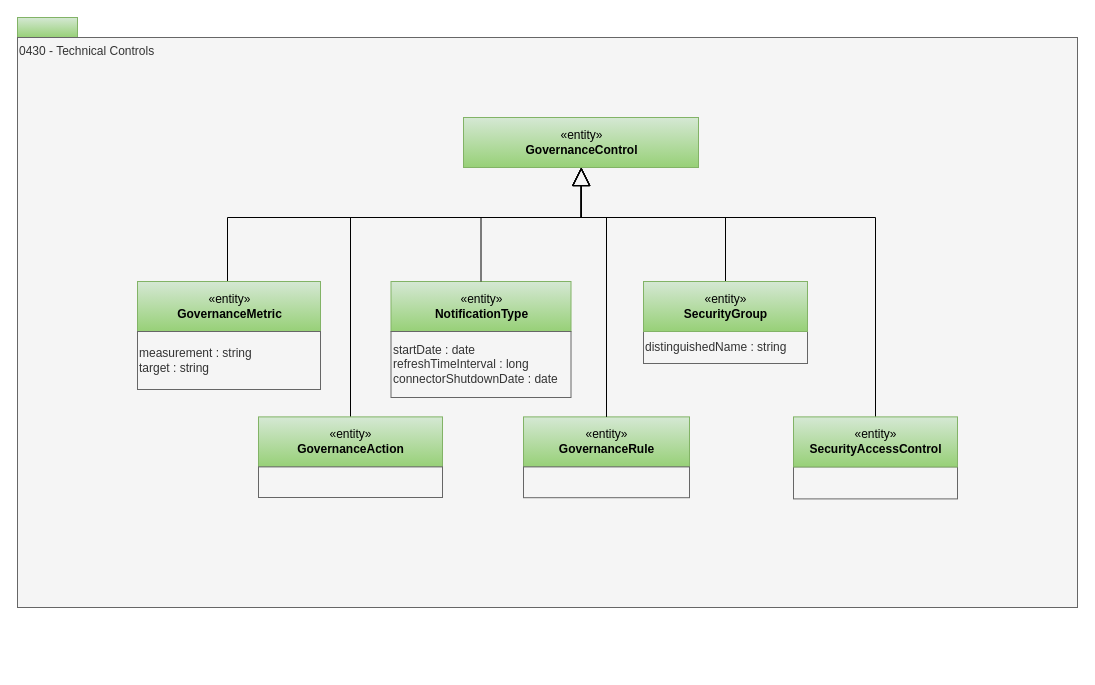
Before: page "0430-Technical-Controls" (11 of 30) of site/docs/types/4/area-4-governance.drawio in odpi/egeria-docs, a draw.io diagram. Source tidied: cells renumbered, new cells numbered last; positions are measured from the earlier drawing's top-left corner, leaving out a move shared by most shapes. Both pictures are drawn from the tidied source at 100%, with x=0, y=0 at pixel (17, 17).
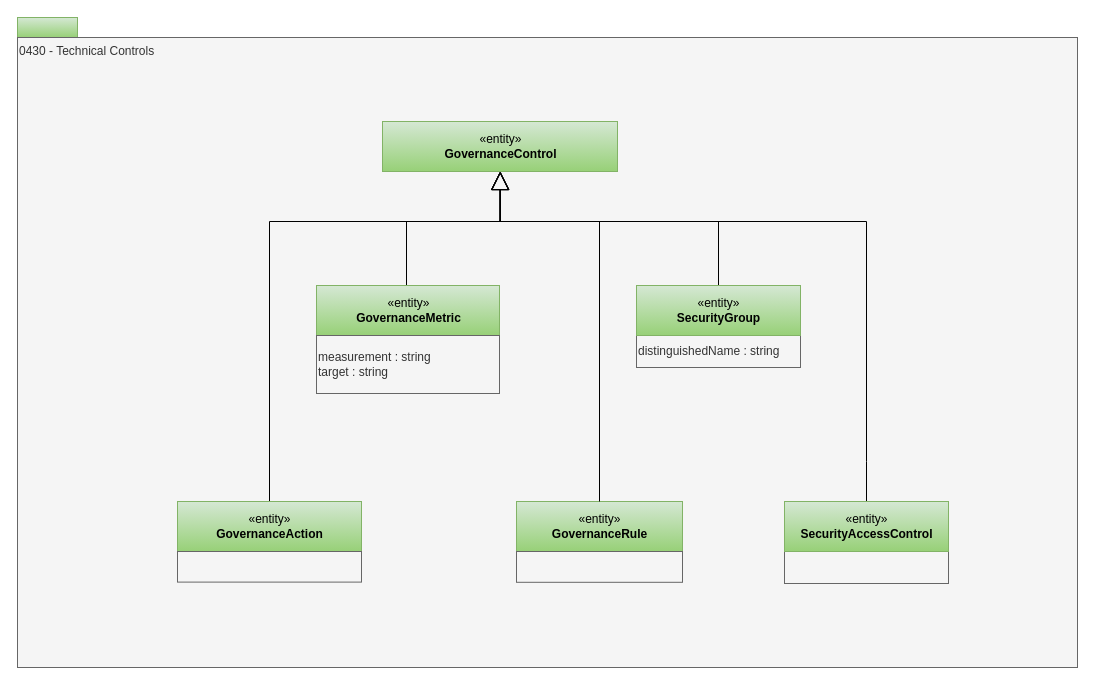
After the change.

Commit message (it also covers changes not shown here):
Updates to NotificationType and NotificationSuscriber types

The edit, as a diff of the source:
```diff
@@
     <mxCell id="3" value="0430 - Technical Controls" style="rounded=0;whiteSpace=wrap;html=1;align=left;verticalAlign=top;fillColor=#f5f5f5;fontColor=#333333;strokeColor=#666666;" parent="1" vertex="1">
-      <mxGeometry y="20" width="1060" height="570" as="geometry" />
+      <mxGeometry y="20" width="1060" height="630" as="geometry" />
     </mxCell>
     <mxCell id="4" value="«entity»&lt;br&gt;&lt;b&gt;GovernanceControl&lt;/b&gt;" style="html=1;strokeColor=#82b366;align=center;fillColor=#d5e8d4;gradientColor=#97d077;" parent="1" vertex="1">
-      <mxGeometry x="446" y="100" width="235" height="50" as="geometry" />
+      <mxGeometry x="365" y="104" width="235" height="50" as="geometry" />
     </mxCell>
     <mxCell id="5" style="edgeStyle=orthogonalEdgeStyle;rounded=0;jettySize=auto;html=1;exitX=0.5;exitY=0;exitDx=0;exitDy=0;entryX=0.5;entryY=1;entryDx=0;entryDy=0;endArrow=block;endFill=0;endSize=16;strokeWidth=1;" parent="1" edge="1" source="6" target="4">
       <mxGeometry relative="1" as="geometry">
         <Array as="points">
-          <mxPoint x="210" y="264" />
-          <mxPoint x="210" y="200" />
-          <mxPoint x="564" y="200" />
+          <mxPoint x="389" y="268" />
+          <mxPoint x="389" y="204" />
+          <mxPoint x="483" y="204" />
         </Array>
       </mxGeometry>
     </mxCell>
     <mxCell id="6" value="«entity»&lt;br&gt;&lt;b&gt;GovernanceMetric&lt;/b&gt;" style="html=1;strokeColor=#82b366;align=center;fillColor=#d5e8d4;gradientColor=#97d077;" parent="1" vertex="1">
-      <mxGeometry x="120" y="264" width="183" height="50" as="geometry" />
+      <mxGeometry x="299" y="268" width="183" height="50" as="geometry" />
     </mxCell>
     <mxCell id="7" style="edgeStyle=orthogonalEdgeStyle;rounded=0;jettySize=auto;html=1;exitX=0.5;exitY=0;exitDx=0;exitDy=0;endArrow=block;endFill=0;endSize=16;strokeWidth=1;" parent="1" edge="1" source="8" target="4">
       <mxGeometry relative="1" as="geometry">
         <Array as="points">
-          <mxPoint x="333" y="200" />
-          <mxPoint x="564" y="200" />
+          <mxPoint x="252" y="204" />
+          <mxPoint x="483" y="204" />
         </Array>
       </mxGeometry>
     </mxCell>
     <mxCell id="8" value="«entity»&lt;br&gt;&lt;b&gt;GovernanceAction&lt;/b&gt;" style="html=1;strokeColor=#82b366;align=center;fillColor=#d5e8d4;gradientColor=#97d077;" parent="1" vertex="1">
-      <mxGeometry x="241" y="399.4" width="184" height="50" as="geometry" />
+      <mxGeometry x="160" y="484" width="184" height="50" as="geometry" />
     </mxCell>
     <mxCell id="9" style="rounded=0;whiteSpace=wrap;html=1;strokeColor=#666666;align=left;fillColor=#f5f5f5;fontColor=#333333;" parent="1" vertex="1">
-      <mxGeometry x="241" y="449.4" width="184" height="30.6" as="geometry" />
+      <mxGeometry x="160" y="534" width="184" height="30.6" as="geometry" />
     </mxCell>
     <mxCell id="10" value="«entity»&lt;br&gt;&lt;b&gt;GovernanceRule&lt;/b&gt;" style="html=1;strokeColor=#82b366;align=center;fillColor=#d5e8d4;gradientColor=#97d077;" parent="1" vertex="1">
-      <mxGeometry x="506" y="399.4" width="166" height="50" as="geometry" />
+      <mxGeometry x="499" y="484" width="166" height="50" as="geometry" />
     </mxCell>
     <mxCell id="11" style="rounded=0;whiteSpace=wrap;html=1;strokeColor=#666666;align=left;fillColor=#f5f5f5;fontColor=#333333;" parent="1" vertex="1">
-      <mxGeometry x="506" y="449.4" width="166" height="30.8" as="geometry" />
+      <mxGeometry x="499" y="534" width="166" height="30.8" as="geometry" />
     </mxCell>
     <mxCell id="12" value="&lt;span&gt;measurement : string&lt;/span&gt;&lt;br&gt;&lt;span&gt;target : string&lt;/span&gt;&lt;span&gt;&lt;br&gt;&lt;/span&gt;" style="rounded=0;whiteSpace=wrap;html=1;strokeColor=#666666;align=left;fillColor=#f5f5f5;fontColor=#333333;" parent="1" vertex="1">
-      <mxGeometry x="120" y="314" width="183" height="58" as="geometry" />
+      <mxGeometry x="299" y="318" width="183" height="58" as="geometry" />
     </mxCell>
     <mxCell id="13" style="edgeStyle=orthogonalEdgeStyle;rounded=0;jettySize=auto;html=1;endArrow=block;endFill=0;endSize=16;exitX=0.5;exitY=0;exitDx=0;exitDy=0;entryX=0.5;entryY=1;entryDx=0;entryDy=0;" parent="1" edge="1" source="17" target="4">
       <mxGeometry relative="1" as="geometry">
         <Array as="points">
-          <mxPoint x="858" y="200" />
-          <mxPoint x="564" y="200" />
+          <mxPoint x="849" y="444" />
+          <mxPoint x="849" y="204" />
+          <mxPoint x="483" y="204" />
         </Array>
       </mxGeometry>
     </mxCell>
     <mxCell id="14" style="rounded=0;whiteSpace=wrap;html=1;strokeColor=#666666;align=left;fillColor=#f5f5f5;fontColor=#333333;" parent="1" vertex="1">
-      <mxGeometry x="776" y="449.4" width="164" height="32" as="geometry" />
+      <mxGeometry x="767" y="534" width="164" height="32" as="geometry" />
     </mxCell>
     <mxCell id="15" style="edgeStyle=orthogonalEdgeStyle;rounded=0;jettySize=auto;html=1;endArrow=block;endFill=0;endSize=16;entryX=0.5;entryY=1;entryDx=0;entryDy=0;exitX=0.5;exitY=0;exitDx=0;exitDy=0;" parent="1" edge="1" source="18" target="4">
       <mxGeometry relative="1" as="geometry">
         <Array as="points">
-          <mxPoint x="708" y="200" />
-          <mxPoint x="564" y="200" />
+          <mxPoint x="701" y="204" />
+          <mxPoint x="483" y="204" />
         </Array>
       </mxGeometry>
     </mxCell>
     <mxCell id="16" value="distinguishedName : string" style="rounded=0;whiteSpace=wrap;html=1;strokeColor=#666666;align=left;fillColor=#f5f5f5;fontColor=#333333;" parent="1" vertex="1">
-      <mxGeometry x="626" y="314" width="164" height="32" as="geometry" />
+      <mxGeometry x="619" y="318" width="164" height="32" as="geometry" />
     </mxCell>
     <mxCell id="17" value="«entity»&lt;br&gt;&lt;b&gt;SecurityAccessControl&lt;/b&gt;" style="html=1;strokeColor=#82b366;align=center;fillColor=#d5e8d4;gradientColor=#97d077;" parent="1" vertex="1">
-      <mxGeometry x="776" y="399.4" width="164" height="50" as="geometry" />
+      <mxGeometry x="767" y="484" width="164" height="50" as="geometry" />
     </mxCell>
     <mxCell id="18" value="«entity»&lt;br&gt;&lt;b&gt;SecurityGroup&lt;/b&gt;" style="html=1;strokeColor=#82b366;align=center;fillColor=#d5e8d4;gradientColor=#97d077;" parent="1" vertex="1">
-      <mxGeometry x="626" y="264" width="164" height="50" as="geometry" />
+      <mxGeometry x="619" y="268" width="164" height="50" as="geometry" />
     </mxCell>
     <mxCell id="19" style="edgeStyle=orthogonalEdgeStyle;rounded=0;jettySize=auto;html=1;exitX=0.5;exitY=0;exitDx=0;exitDy=0;endArrow=block;endFill=0;endSize=16;strokeWidth=1;" parent="1" edge="1" source="10">
       <mxGeometry relative="1" as="geometry">
-        <mxPoint x="564" y="150" as="targetPoint" />
+        <mxPoint x="483" y="154" as="targetPoint" />
         <Array as="points">
-          <mxPoint x="703" y="200" />
-          <mxPoint x="564" y="200" />
-          <mxPoint x="564" y="150" />
+          <mxPoint x="622" y="204" />
+          <mxPoint x="483" y="204" />
+          <mxPoint x="483" y="154" />
         </Array>
       </mxGeometry>
     </mxCell>
-    <mxCell id="20" value="«entity»&lt;br&gt;&lt;b&gt;NotificationType&lt;/b&gt;" style="html=1;strokeColor=#82b366;align=center;fillColor=#d5e8d4;gradientColor=#97d077;" parent="1" vertex="1">
-      <mxGeometry x="373.5" y="264" width="180" height="50" as="geometry" />
-    </mxCell>
-    <mxCell id="21" value="startDate : date&lt;div&gt;refreshTimeInterval : long&lt;/div&gt;&lt;div&gt;connectorShutdownDate : date&lt;/div&gt;" style="rounded=0;whiteSpace=wrap;html=1;strokeColor=#666666;align=left;fillColor=#f5f5f5;fontColor=#333333;" parent="1" vertex="1">
-      <mxGeometry x="373.5" y="314" width="180" height="66" as="geometry" />
-    </mxCell>
-    <mxCell id="22" style="edgeStyle=orthogonalEdgeStyle;rounded=0;jettySize=auto;html=1;endArrow=block;endFill=0;endSize=16;exitX=0.5;exitY=0;exitDx=0;exitDy=0;" parent="1" edge="1" source="20" target="4">
-      <mxGeometry relative="1" as="geometry">
-        <Array as="points">
-          <mxPoint x="464" y="200" />
-          <mxPoint x="564" y="200" />
-        </Array>
-      </mxGeometry>
-    </mxCell>
```
